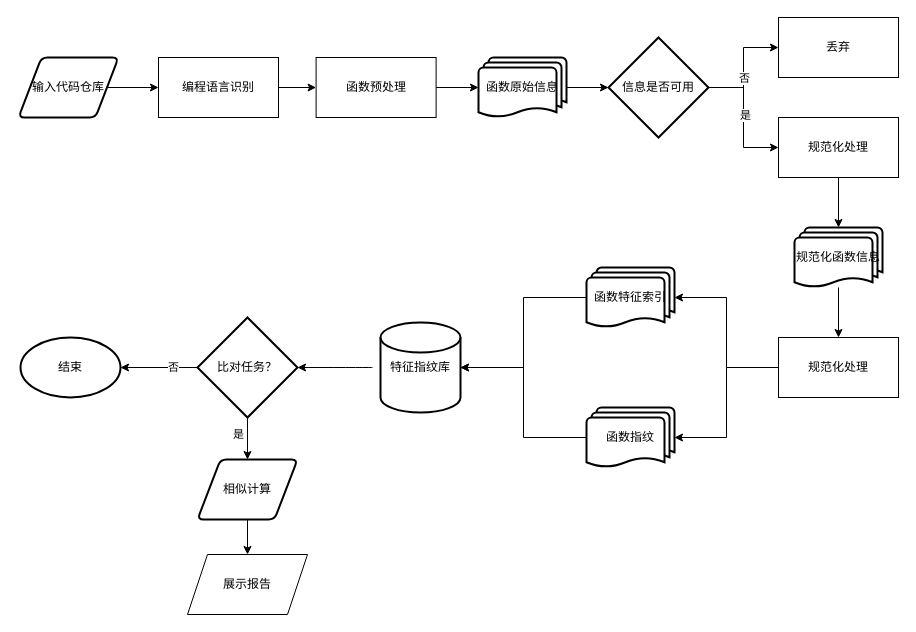
Above: img/未命名绘图.drawio in wanghaoxu001/cloudimg (draw.io), before the change. Source tidied: cells renumbered, new cells numbered last; positions are measured from the earlier drawing's top-left corner, leaving out a move shared by most shapes. Both pictures are drawn from the tidied source at 100%, with x=0, y=0 at pixel (18, 17).
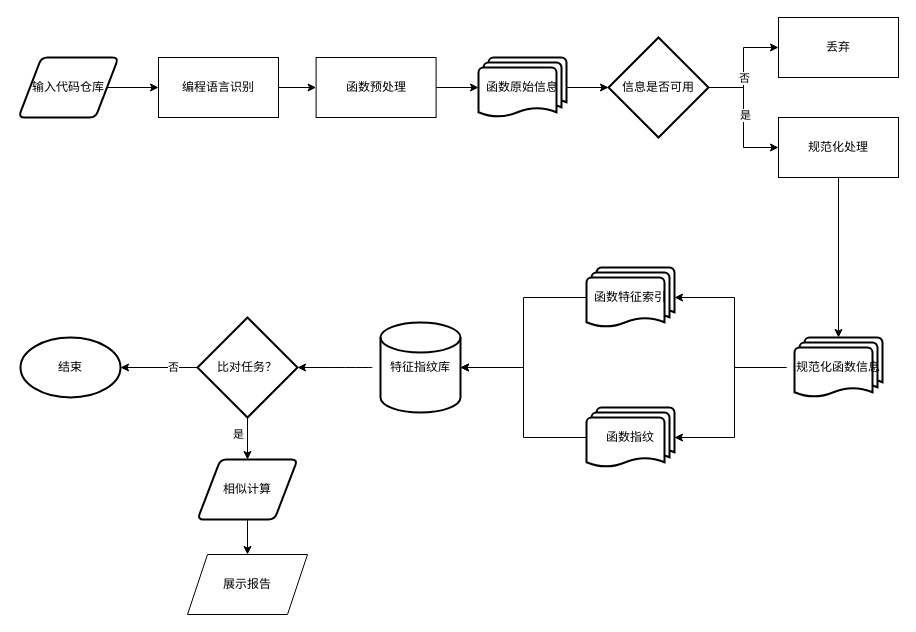
The same page after the edit.

Commit message:
更新未命名绘图.drawio

Unchanged cells that the change refers to:
```xml
<mxCell id="12" value="函数指纹" style="strokeWidth=2;html=1;shape=mxgraph.flowchart.multi-document;whiteSpace=wrap;" parent="1" vertex="1">
  <mxGeometry x="568" y="390" width="88" height="60" as="geometry" />
</mxCell>
<mxCell id="14" value="函数特征索引" style="strokeWidth=2;html=1;shape=mxgraph.flowchart.multi-document;whiteSpace=wrap;" parent="1" vertex="1">
  <mxGeometry x="568" y="250" width="88" height="60" as="geometry" />
</mxCell>
```

What changed in the source:
```diff
@@
-    <mxCell id="9" style="edgeStyle=orthogonalEdgeStyle;rounded=0;jettySize=auto;html=1;" parent="1" edge="1" source="10" target="34">
-      <mxGeometry relative="1" as="geometry" />
-    </mxCell>
+    <mxCell id="38" style="edgeStyle=orthogonalEdgeStyle;rounded=0;jettySize=auto;html=1;entryX=1;entryY=0.5;entryDx=0;entryDy=0;entryPerimeter=0;fontSize=12;endArrow=classic;endFill=1;sourcePerimeterSpacing=8;targetPerimeterSpacing=8;" parent="1" edge="1" source="10" target="14">
+      <mxGeometry relative="1" as="geometry" />
+    </mxCell>
+    <mxCell id="39" style="edgeStyle=orthogonalEdgeStyle;rounded=0;jettySize=auto;html=1;entryX=1;entryY=0.5;entryDx=0;entryDy=0;entryPerimeter=0;fontSize=12;endArrow=classic;endFill=1;sourcePerimeterSpacing=8;targetPerimeterSpacing=8;" parent="1" edge="1" source="10" target="12">
+      <mxGeometry relative="1" as="geometry" />
+    </mxCell>
     <mxCell id="10" value="规范化函数信息" style="strokeWidth=2;html=1;shape=mxgraph.flowchart.multi-document;whiteSpace=wrap;" parent="1" vertex="1">
-      <mxGeometry x="776" y="210" width="88" height="60" as="geometry" />
+      <mxGeometry x="776" y="320" width="88" height="60" as="geometry" />
     </mxCell>
@@
-    <mxCell id="32" style="edgeStyle=orthogonalEdgeStyle;rounded=0;jettySize=auto;html=1;entryX=1;entryY=0.5;entryDx=0;entryDy=0;entryPerimeter=0;" parent="1" edge="1" source="34" target="14">
-      <mxGeometry relative="1" as="geometry" />
-    </mxCell>
-    <mxCell id="33" style="edgeStyle=orthogonalEdgeStyle;rounded=0;jettySize=auto;html=1;entryX=1;entryY=0.5;entryDx=0;entryDy=0;entryPerimeter=0;" parent="1" edge="1" source="34" target="12">
-      <mxGeometry relative="1" as="geometry" />
-    </mxCell>
-    <mxCell id="34" value="规范化处理" style="rounded=0;whiteSpace=wrap;html=1;" parent="1" vertex="1">
-      <mxGeometry x="760" y="320" width="120" height="60" as="geometry" />
-    </mxCell>
```
